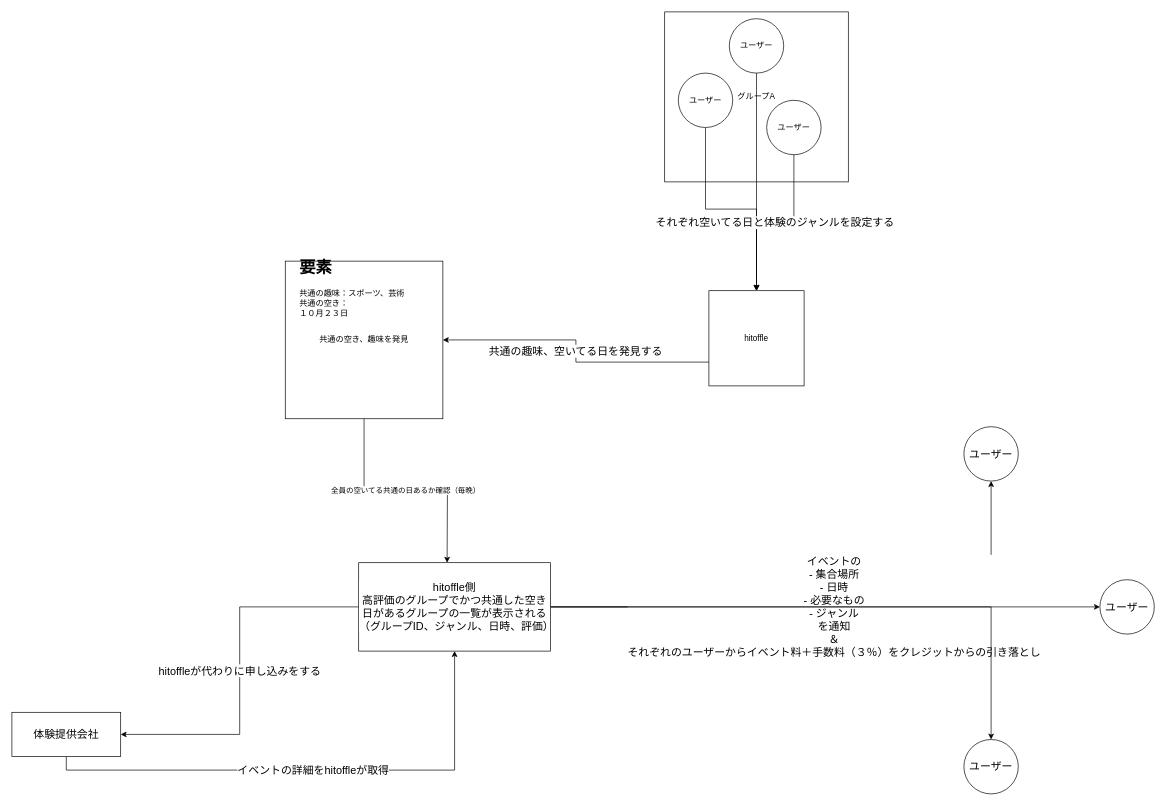
hitoffle/diagrams keeps this draw.io diagram as UserFlow.drawio. Above is the earlier version. Source tidied: cells renumbered, new cells numbered last; positions are measured from the earlier drawing's top-left corner, leaving out a move shared by most shapes. Both pictures are drawn from the tidied source at 68%, with x=0, y=0 at pixel (12, 12).
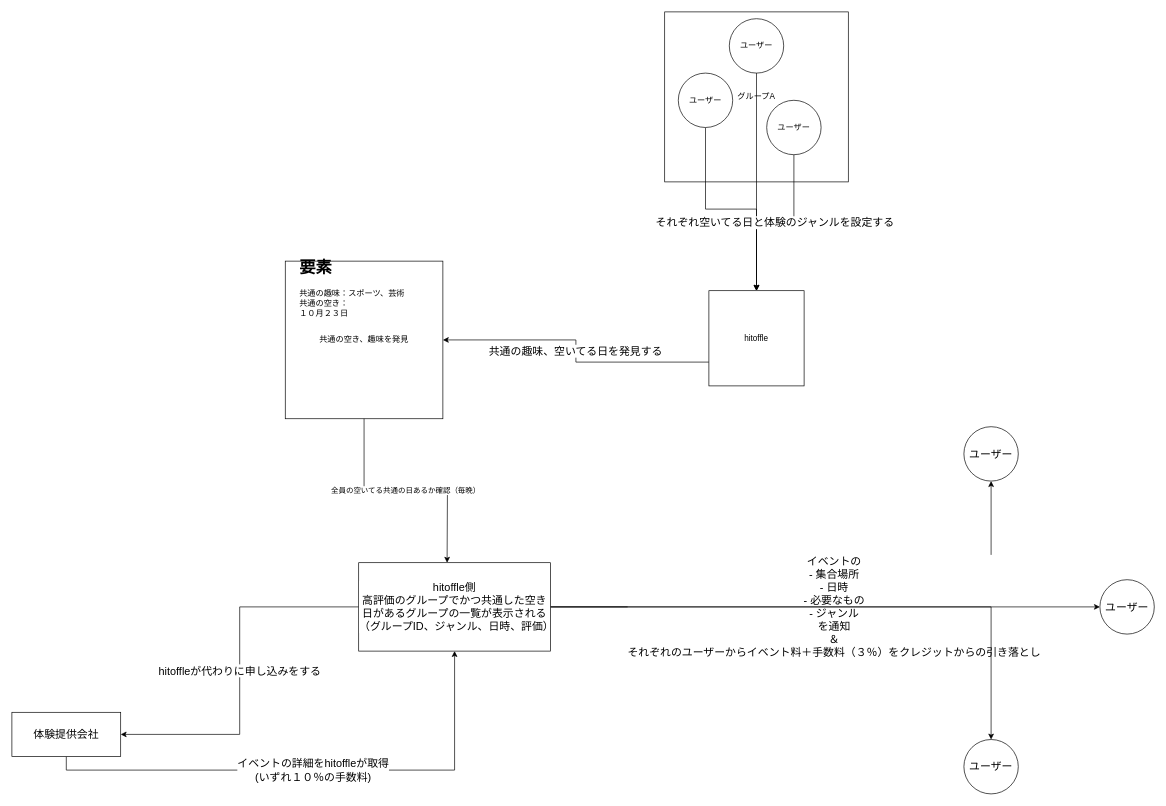
After the change.

The change refers to these unchanged cells:
```xml
<mxCell id="16" value="&lt;font size=&quot;3&quot;&gt;体験提供会社&lt;/font&gt;" style="rounded=0;whiteSpace=wrap;html=1;labelBackgroundColor=#FFFFFF;fillColor=#FFFFFF;" parent="1" vertex="1">
  <mxGeometry y="1030" width="160" height="65" as="geometry" />
</mxCell>
<mxCell id="21" value="hitoffle側&lt;br&gt;高評価のグループでかつ共通した空き日があるグループの一覧が表示される&lt;br&gt;（グループID、ジャンル、日時、評価）" style="rounded=0;whiteSpace=wrap;html=1;labelBackgroundColor=#FFFFFF;fontSize=16;fillColor=#FFFFFF;" parent="1" vertex="1">
  <mxGeometry x="510" y="810" width="282" height="130" as="geometry" />
</mxCell>
```

Change to the diagram source:
```diff
@@
-    <mxCell id="15" value="イベントの詳細をhitoffleが取得" style="edgeStyle=orthogonalEdgeStyle;rounded=0;jettySize=auto;html=1;fontSize=16;exitX=0.5;exitY=1;exitDx=0;exitDy=0;" parent="1" edge="1" source="16" target="21">
+    <mxCell id="15" value="イベントの詳細をhitoffleが取得&lt;br&gt;(いずれ１０％の手数料)" style="edgeStyle=orthogonalEdgeStyle;rounded=0;jettySize=auto;html=1;fontSize=16;exitX=0.5;exitY=1;exitDx=0;exitDy=0;" parent="1" edge="1" source="16" target="21">
       <mxGeometry relative="1" as="geometry" />
     </mxCell>
```
